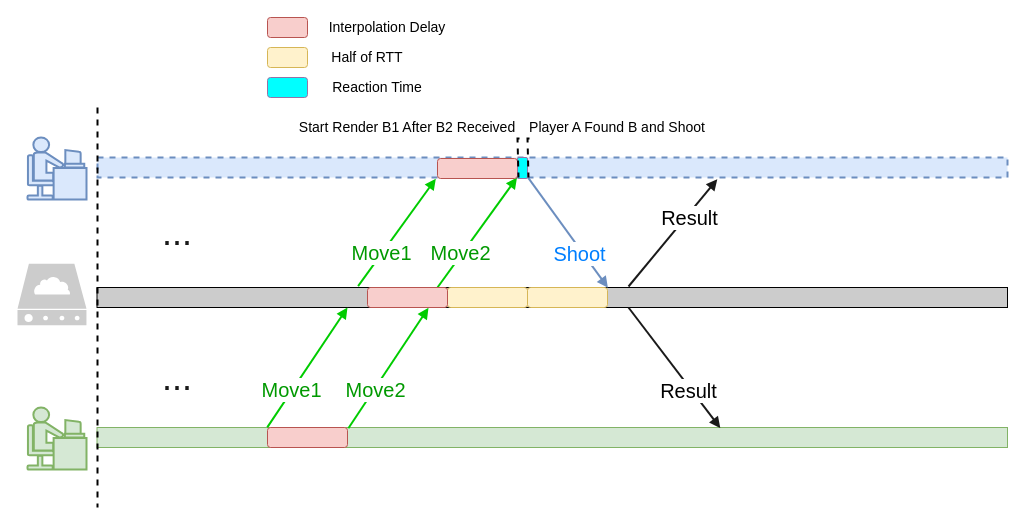
Above: page "replay" (7 of 12) of booming/Booming 104ppt-17.drawio in yrdimple/flowChart (draw.io), before the change. Source tidied: cells renumbered, new cells numbered last; positions are measured from the earlier drawing's top-left corner, leaving out a move shared by most shapes. Both pictures are drawn from the tidied source at 100%, with x=0, y=0 at pixel (17, 17).
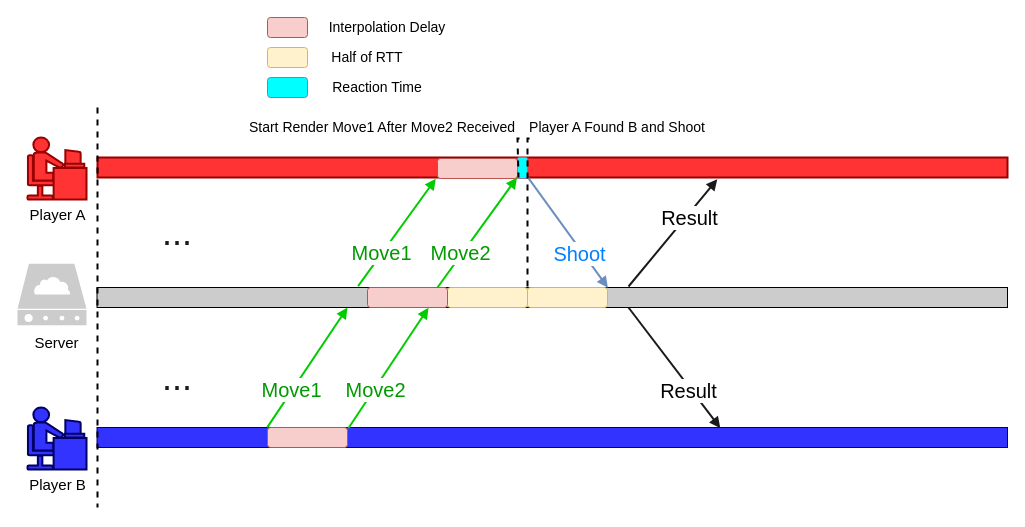
The same diagram, later.

Unchanged cells that the change refers to:
```xml
<mxCell id="2" style="rounded=0;whiteSpace=wrap;html=1;fillColor=#CCCCCC;" parent="1" vertex="1">
  <mxGeometry x="79.5" y="270" width="910.5" height="20" as="geometry" />
</mxCell>
```

Diff of the diagram source:
```diff
@@
-    <mxCell id="3" style="rounded=0;whiteSpace=wrap;html=1;fillColor=#d5e8d4;strokeColor=#82b366;" parent="1" vertex="1">
+    <mxCell id="3" style="rounded=0;whiteSpace=wrap;html=1;fillColor=#3333FF;strokeColor=#000066;" parent="1" vertex="1">
       <mxGeometry x="79.5" y="410" width="910.5" height="20" as="geometry" />
     </mxCell>
-    <mxCell id="4" style="rounded=0;whiteSpace=wrap;html=1;fillColor=#dae8fc;strokeColor=#6c8ebf;dashed=1;strokeWidth=2;" parent="1" vertex="1">
+    <mxCell id="4" style="rounded=0;whiteSpace=wrap;html=1;fillColor=#FF3333;strokeColor=#990000;strokeWidth=2;" parent="1" vertex="1">
       <mxGeometry x="80" y="140" width="910" height="20" as="geometry" />
     </mxCell>
@@
-    <mxCell id="17" style="shape=mxgraph.cisco.people.androgenous_person;html=1;dashed=0;fillColor=#dae8fc;strokeColor=#6c8ebf;strokeWidth=2;verticalLabelPosition=bottom;verticalAlign=top;align=center;fontSize=15;gradientColor=none;" parent="1" vertex="1">
+    <mxCell id="17" value="Player A" style="shape=mxgraph.cisco.people.androgenous_person;html=1;dashed=0;fillColor=#FF3333;strokeColor=#990000;strokeWidth=2;verticalLabelPosition=bottom;verticalAlign=top;align=center;fontSize=15;gradientColor=none;" parent="1" vertex="1">
       <mxGeometry x="10" y="120" width="59" height="62" as="geometry" />
     </mxCell>
-    <mxCell id="18" style="shape=mxgraph.cisco.people.androgenous_person;html=1;dashed=0;fillColor=#d5e8d4;strokeColor=#82b366;strokeWidth=2;verticalLabelPosition=bottom;verticalAlign=top;align=center;fontSize=15;" parent="1" vertex="1">
+    <mxCell id="18" value="Player B" style="shape=mxgraph.cisco.people.androgenous_person;html=1;dashed=0;fillColor=#3333FF;strokeColor=#000066;strokeWidth=2;verticalLabelPosition=bottom;verticalAlign=top;align=center;fontSize=15;" parent="1" vertex="1">
       <mxGeometry x="10" y="390" width="59" height="62" as="geometry" />
     </mxCell>
@@
-    <mxCell id="37" style="edgeStyle=orthogonalEdgeStyle;rounded=0;orthogonalLoop=1;jettySize=auto;html=1;dashed=1;endArrow=none;endFill=0;strokeWidth=2;startArrow=none;" parent="1" edge="1">
+    <mxCell id="37" style="edgeStyle=orthogonalEdgeStyle;rounded=0;jettySize=auto;html=1;dashed=1;endArrow=none;endFill=0;strokeWidth=2;startArrow=none;entryX=0.474;entryY=-0.013;entryDx=0;entryDy=0;entryPerimeter=0;" parent="1" edge="1" target="2">
       <mxGeometry relative="1" as="geometry">
         <mxPoint x="511" y="120" as="sourcePoint" />
-        <mxPoint x="511" y="160" as="targetPoint" />
         <Array as="points">
           <mxPoint x="510" y="121" />
+          <mxPoint x="510" y="270" />
         </Array>
       </mxGeometry>
     </mxCell>
@@
-    <mxCell id="39" value="Start Render B1 After B2 Received" style="text;html=1;strokeColor=none;fillColor=none;align=center;verticalAlign=middle;whiteSpace=wrap;rounded=0;fontSize=14;" parent="1" vertex="1">
-      <mxGeometry x="280" y="100" width="220" height="20" as="geometry" />
+    <mxCell id="39" value="Start Render Move1 After Move2 Received" style="text;html=1;strokeColor=none;fillColor=none;align=center;verticalAlign=middle;whiteSpace=wrap;rounded=0;fontSize=14;" parent="1" vertex="1">
+      <mxGeometry x="230" y="100" width="270" height="20" as="geometry" />
     </mxCell>
@@
+    <mxCell id="42" value="&lt;font style=&quot;font-size: 15px;&quot;&gt;Server&lt;/font&gt;" style="text;html=1;align=center;verticalAlign=middle;strokeColor=none;fillColor=none;" parent="1" vertex="1">
+      <mxGeometry x="4" y="310" width="70" height="30" as="geometry" />
+    </mxCell>
```
